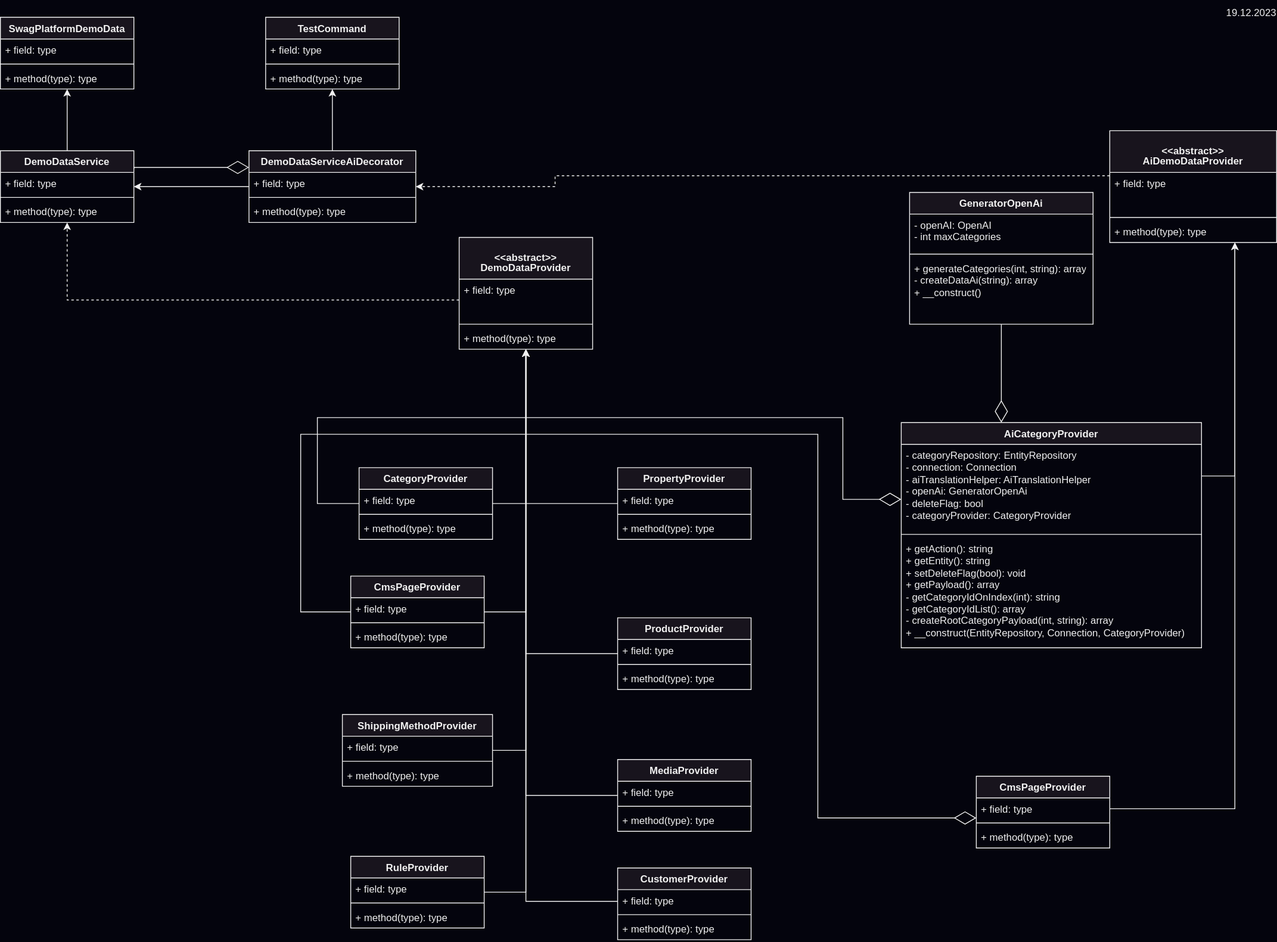
The draw.io diagram dev/DigaADD Class Diagram Decorationg.drawio.svg in ditegra-GmbH/SwagPlatformDemoData, before a commit. Source tidied: cells renumbered, new cells last; positions are measured from the earlier drawing's top-left corner, leaving out a move shared by most shapes.
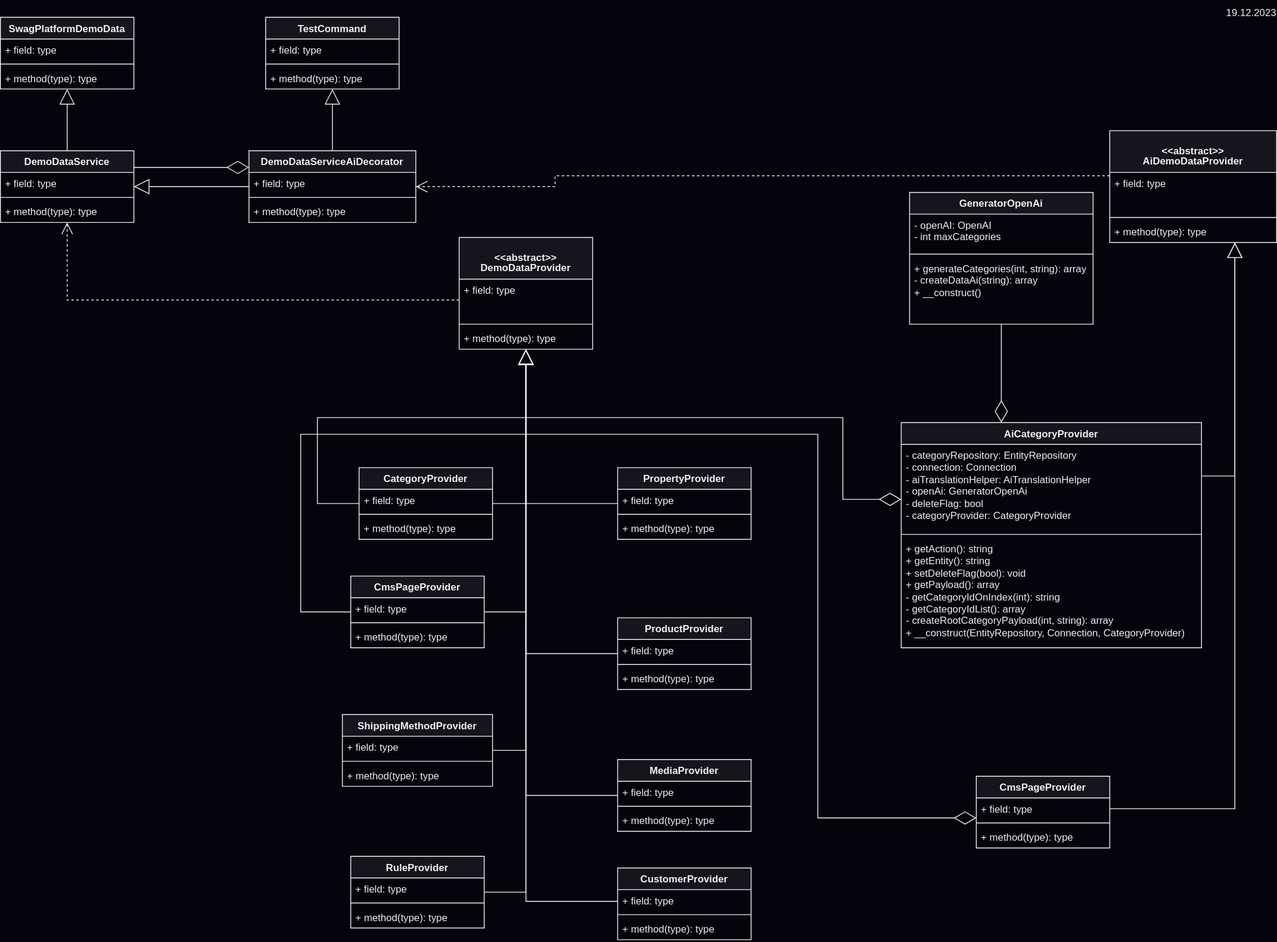
The same diagram one commit later.

Commit message:
using the right Arrows now

Change to the diagram source:
```diff
@@ -14,7 +14,7 @@
     <mxCell id="5" value="+ method(type): type" style="text;strokeColor=none;fillColor=none;align=left;verticalAlign=top;spacingLeft=4;spacingRight=4;overflow=hidden;whiteSpace=wrap;html=1;" parent="2" vertex="1">
       <mxGeometry y="60" width="160" height="26" as="geometry" />
     </mxCell>
-    <mxCell id="6" style="edgeStyle=orthogonalEdgeStyle;rounded=0;jettySize=auto;html=1;" parent="1" edge="1" source="7" target="2">
+    <mxCell id="6" style="edgeStyle=orthogonalEdgeStyle;rounded=0;jettySize=auto;html=1;endArrow=block;endSize=16;endFill=0;" parent="1" edge="1" source="7" target="2">
       <mxGeometry relative="1" as="geometry" />
     </mxCell>
     <mxCell id="7" value="DemoDataService" style="swimlane;fontStyle=1;align=center;verticalAlign=top;horizontal=1;startSize=26;whiteSpace=wrap;html=1;" parent="1" vertex="1">
@@ -41,7 +41,7 @@
     <mxCell id="14" value="+ method(type): type" style="text;strokeColor=none;fillColor=none;align=left;verticalAlign=top;spacingLeft=4;spacingRight=4;overflow=hidden;whiteSpace=wrap;html=1;" parent="11" vertex="1">
       <mxGeometry y="108" width="160" height="26" as="geometry" />
     </mxCell>
-    <mxCell id="15" style="edgeStyle=orthogonalEdgeStyle;rounded=0;jettySize=auto;html=1;" parent="1" edge="1" source="16" target="11">
+    <mxCell id="15" style="edgeStyle=orthogonalEdgeStyle;rounded=0;jettySize=auto;html=1;endArrow=block;endSize=16;endFill=0;" parent="1" edge="1" source="16" target="11">
       <mxGeometry relative="1" as="geometry">
         <Array as="points">
           <mxPoint x="630" y="603" />
@@ -60,7 +60,7 @@
     <mxCell id="19" value="+ method(type): type" style="text;strokeColor=none;fillColor=none;align=left;verticalAlign=top;spacingLeft=4;spacingRight=4;overflow=hidden;whiteSpace=wrap;html=1;" parent="16" vertex="1">
       <mxGeometry y="60" width="160" height="26" as="geometry" />
     </mxCell>
-    <mxCell id="20" style="edgeStyle=orthogonalEdgeStyle;rounded=0;jettySize=auto;html=1;" parent="1" edge="1" source="21" target="11">
+    <mxCell id="20" style="edgeStyle=orthogonalEdgeStyle;rounded=0;jettySize=auto;html=1;endArrow=block;endSize=16;endFill=0;" parent="1" edge="1" source="21" target="11">
       <mxGeometry relative="1" as="geometry">
         <Array as="points">
           <mxPoint x="630" y="733" />
@@ -79,7 +79,7 @@
     <mxCell id="24" value="+ method(type): type" style="text;strokeColor=none;fillColor=none;align=left;verticalAlign=top;spacingLeft=4;spacingRight=4;overflow=hidden;whiteSpace=wrap;html=1;" parent="21" vertex="1">
       <mxGeometry y="60" width="160" height="26" as="geometry" />
     </mxCell>
-    <mxCell id="25" style="edgeStyle=orthogonalEdgeStyle;rounded=0;jettySize=auto;html=1;" parent="1" edge="1" source="26" target="11">
+    <mxCell id="25" style="edgeStyle=orthogonalEdgeStyle;rounded=0;jettySize=auto;html=1;endArrow=block;endSize=16;endFill=0;" parent="1" edge="1" source="26" target="11">
       <mxGeometry relative="1" as="geometry">
         <Array as="points">
           <mxPoint x="630" y="1080" />
@@ -98,7 +98,7 @@
     <mxCell id="29" value="+ method(type): type" style="text;strokeColor=none;fillColor=none;align=left;verticalAlign=top;spacingLeft=4;spacingRight=4;overflow=hidden;whiteSpace=wrap;html=1;" parent="26" vertex="1">
       <mxGeometry y="60" width="160" height="26" as="geometry" />
     </mxCell>
-    <mxCell id="30" style="edgeStyle=orthogonalEdgeStyle;rounded=0;jettySize=auto;html=1;" parent="1" edge="1" source="31" target="11">
+    <mxCell id="30" style="edgeStyle=orthogonalEdgeStyle;rounded=0;jettySize=auto;html=1;endArrow=block;endSize=16;endFill=0;" parent="1" edge="1" source="31" target="11">
       <mxGeometry relative="1" as="geometry" />
     </mxCell>
     <mxCell id="31" value="MediaProvider" style="swimlane;fontStyle=1;align=center;verticalAlign=top;horizontal=1;startSize=26;whiteSpace=wrap;html=1;" parent="1" vertex="1">
@@ -113,7 +113,7 @@
     <mxCell id="34" value="+ method(type): type" style="text;strokeColor=none;fillColor=none;align=left;verticalAlign=top;spacingLeft=4;spacingRight=4;overflow=hidden;whiteSpace=wrap;html=1;" parent="31" vertex="1">
       <mxGeometry y="60" width="160" height="26" as="geometry" />
     </mxCell>
-    <mxCell id="35" style="edgeStyle=orthogonalEdgeStyle;rounded=0;jettySize=auto;html=1;" parent="1" edge="1" source="36" target="11">
+    <mxCell id="35" style="edgeStyle=orthogonalEdgeStyle;rounded=0;jettySize=auto;html=1;endArrow=block;endSize=16;endFill=0;" parent="1" edge="1" source="36" target="11">
       <mxGeometry relative="1" as="geometry" />
     </mxCell>
     <mxCell id="36" value="ProductProvider" style="swimlane;fontStyle=1;align=center;verticalAlign=top;horizontal=1;startSize=26;whiteSpace=wrap;html=1;" parent="1" vertex="1">
@@ -128,7 +128,7 @@
     <mxCell id="39" value="+ method(type): type" style="text;strokeColor=none;fillColor=none;align=left;verticalAlign=top;spacingLeft=4;spacingRight=4;overflow=hidden;whiteSpace=wrap;html=1;" parent="36" vertex="1">
       <mxGeometry y="60" width="160" height="26" as="geometry" />
     </mxCell>
-    <mxCell id="40" style="edgeStyle=orthogonalEdgeStyle;rounded=0;jettySize=auto;html=1;" parent="1" edge="1" source="41" target="11">
+    <mxCell id="40" style="edgeStyle=orthogonalEdgeStyle;rounded=0;jettySize=auto;html=1;endArrow=block;endSize=16;endFill=0;" parent="1" edge="1" source="41" target="11">
       <mxGeometry relative="1" as="geometry" />
     </mxCell>
     <mxCell id="41" value="PropertyProvider" style="swimlane;fontStyle=1;align=center;verticalAlign=top;horizontal=1;startSize=26;whiteSpace=wrap;html=1;" parent="1" vertex="1">
@@ -143,7 +143,7 @@
     <mxCell id="44" value="+ method(type): type" style="text;strokeColor=none;fillColor=none;align=left;verticalAlign=top;spacingLeft=4;spacingRight=4;overflow=hidden;whiteSpace=wrap;html=1;" parent="41" vertex="1">
       <mxGeometry y="60" width="160" height="26" as="geometry" />
     </mxCell>
-    <mxCell id="45" style="edgeStyle=orthogonalEdgeStyle;rounded=0;jettySize=auto;html=1;" parent="1" edge="1" source="46" target="11">
+    <mxCell id="45" style="edgeStyle=orthogonalEdgeStyle;rounded=0;jettySize=auto;html=1;endArrow=block;endSize=16;endFill=0;" parent="1" edge="1" source="46" target="11">
       <mxGeometry relative="1" as="geometry">
         <Array as="points">
           <mxPoint x="630" y="1069" />
@@ -162,7 +162,7 @@
     <mxCell id="49" value="+ method(type): type" style="text;strokeColor=none;fillColor=none;align=left;verticalAlign=top;spacingLeft=4;spacingRight=4;overflow=hidden;whiteSpace=wrap;html=1;" parent="46" vertex="1">
       <mxGeometry y="60" width="160" height="26" as="geometry" />
     </mxCell>
-    <mxCell id="50" style="edgeStyle=orthogonalEdgeStyle;rounded=0;jettySize=auto;html=1;" parent="1" edge="1" source="51" target="11">
+    <mxCell id="50" style="edgeStyle=orthogonalEdgeStyle;rounded=0;jettySize=auto;html=1;endArrow=block;endSize=16;endFill=0;" parent="1" edge="1" source="51" target="11">
       <mxGeometry relative="1" as="geometry">
         <Array as="points">
           <mxPoint x="630" y="899" />
@@ -181,7 +181,7 @@
     <mxCell id="54" value="+ method(type): type" style="text;strokeColor=none;fillColor=none;align=left;verticalAlign=top;spacingLeft=4;spacingRight=4;overflow=hidden;whiteSpace=wrap;html=1;" parent="51" vertex="1">
       <mxGeometry y="60" width="180" height="26" as="geometry" />
     </mxCell>
-    <mxCell id="55" style="edgeStyle=orthogonalEdgeStyle;rounded=0;jettySize=auto;html=1;" parent="1" edge="1" source="56" target="61">
+    <mxCell id="55" style="edgeStyle=orthogonalEdgeStyle;rounded=0;jettySize=auto;html=1;endArrow=block;endSize=16;endFill=0;" parent="1" edge="1" source="56" target="61">
       <mxGeometry relative="1" as="geometry">
         <Array as="points">
           <mxPoint x="1480" y="570" />
@@ -200,7 +200,7 @@
     <mxCell id="59" value="&lt;div&gt;+ getAction(): string&lt;/div&gt;&lt;div&gt;+ getEntity(): string&lt;/div&gt;&lt;div&gt;+ setDeleteFlag(bool): void&lt;/div&gt;&lt;div&gt;+ getPayload(): array&lt;/div&gt;&lt;div&gt;&lt;div&gt;- getCategoryIdOnIndex(int): string&lt;/div&gt;&lt;div&gt;- getCategoryIdList(): array&lt;/div&gt;&lt;div&gt;- createRootCategoryPayload(int, string): array&lt;/div&gt;&lt;/div&gt;&lt;div&gt;+ __construct(EntityRepository, Connection, CategoryProvider)&lt;/div&gt;" style="text;strokeColor=none;fillColor=none;align=left;verticalAlign=top;spacingLeft=4;spacingRight=4;overflow=hidden;whiteSpace=wrap;html=1;" parent="56" vertex="1">
       <mxGeometry y="138" width="360" height="132" as="geometry" />
     </mxCell>
-    <mxCell id="60" style="edgeStyle=orthogonalEdgeStyle;rounded=0;jettySize=auto;html=1;dashed=1;" parent="1" edge="1" source="61" target="67">
+    <mxCell id="60" style="edgeStyle=orthogonalEdgeStyle;rounded=0;jettySize=auto;html=1;dashed=1;endArrow=open;endSize=12;" parent="1" edge="1" source="61" target="67">
       <mxGeometry relative="1" as="geometry">
         <Array as="points">
           <mxPoint x="1250" y="210" />
@@ -221,10 +221,10 @@
     <mxCell id="64" value="+ method(type): type" style="text;strokeColor=none;fillColor=none;align=left;verticalAlign=top;spacingLeft=4;spacingRight=4;overflow=hidden;whiteSpace=wrap;html=1;" parent="61" vertex="1">
       <mxGeometry y="108" width="200" height="26" as="geometry" />
     </mxCell>
-    <mxCell id="65" style="edgeStyle=orthogonalEdgeStyle;rounded=0;jettySize=auto;html=1;dashed=1;" parent="1" edge="1" source="12" target="7">
+    <mxCell id="65" style="edgeStyle=orthogonalEdgeStyle;rounded=0;jettySize=auto;html=1;dashed=1;endArrow=open;endSize=12;" parent="1" edge="1" source="12" target="7">
       <mxGeometry relative="1" as="geometry" />
     </mxCell>
-    <mxCell id="66" style="edgeStyle=orthogonalEdgeStyle;rounded=0;jettySize=auto;html=1;" parent="1" edge="1" source="67" target="73">
+    <mxCell id="66" style="edgeStyle=orthogonalEdgeStyle;rounded=0;jettySize=auto;html=1;endArrow=block;endFill=0;endSize=16;" parent="1" edge="1" source="67" target="73">
       <mxGeometry relative="1" as="geometry" />
     </mxCell>
     <mxCell id="67" value="DemoDataServiceAiDecorator" style="swimlane;fontStyle=1;align=center;verticalAlign=top;horizontal=1;startSize=26;whiteSpace=wrap;html=1;" parent="1" vertex="1">
@@ -239,7 +239,7 @@
     <mxCell id="70" value="+ method(type): type" style="text;strokeColor=none;fillColor=none;align=left;verticalAlign=top;spacingLeft=4;spacingRight=4;overflow=hidden;whiteSpace=wrap;html=1;" parent="67" vertex="1">
       <mxGeometry y="60" width="200" height="26" as="geometry" />
     </mxCell>
-    <mxCell id="71" style="edgeStyle=orthogonalEdgeStyle;rounded=0;jettySize=auto;html=1;" parent="1" edge="1" source="67" target="7">
+    <mxCell id="71" style="edgeStyle=orthogonalEdgeStyle;rounded=0;jettySize=auto;html=1;endArrow=block;endSize=16;endFill=0;" parent="1" edge="1" source="67" target="7">
       <mxGeometry relative="1" as="geometry" />
     </mxCell>
     <mxCell id="72" style="endArrow=diamondThin;endFill=0;endSize=24;html=1;rounded=0;edgeStyle=orthogonalEdgeStyle;exitX=1;exitY=0.25;exitDx=0;exitDy=0;" parent="1" edge="1" source="7" target="67">
@@ -293,7 +293,7 @@
         </Array>
       </mxGeometry>
     </mxCell>
-    <mxCell id="83" style="edgeStyle=orthogonalEdgeStyle;rounded=0;jettySize=auto;html=1;" parent="1" edge="1" source="79" target="61">
+    <mxCell id="83" style="edgeStyle=orthogonalEdgeStyle;rounded=0;jettySize=auto;html=1;endArrow=block;endSize=16;endFill=0;" parent="1" edge="1" source="79" target="61">
       <mxGeometry relative="1" as="geometry">
         <Array as="points">
           <mxPoint x="1480" y="969" />
```
